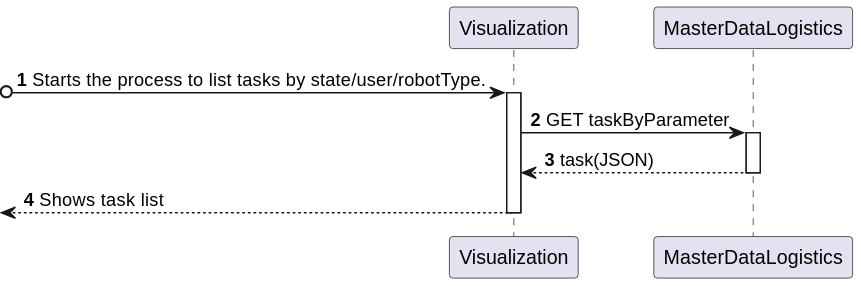
Pedro-Pereira1/sem5pi_23_24_g056_Visualization keeps this PlantUML diagram as Visualization/docs/US_490/Diagrams/Level2/ProcessView.svg. Above is the earlier version. The source it was exported from:
```plantuml
@startuml
autonumber

participant Visualization
participant "MasterDataLogistics" as GI

?o-> Visualization: Starts the process to list tasks by state/user/robotType.
activate Visualization


Visualization -> GI: GET taskByParameter
activate GI
GI --> Visualization: task(JSON)
deactivate GI

<-- Visualization: Shows task list
deactivate Visualization
@enduml
```
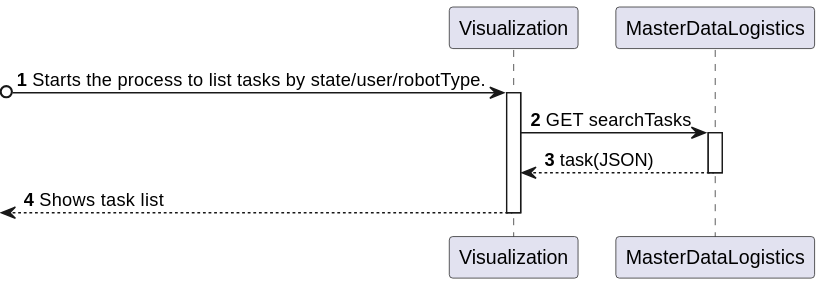
After the commit.

Diff of the diagram source:
```diff
@@ -8,7 +8,7 @@
 activate Visualization
 
 
-Visualization -> GI: GET taskByParameter
+Visualization -> GI: GET searchTasks
 activate GI
 GI --> Visualization: task(JSON)
 deactivate GI
```
